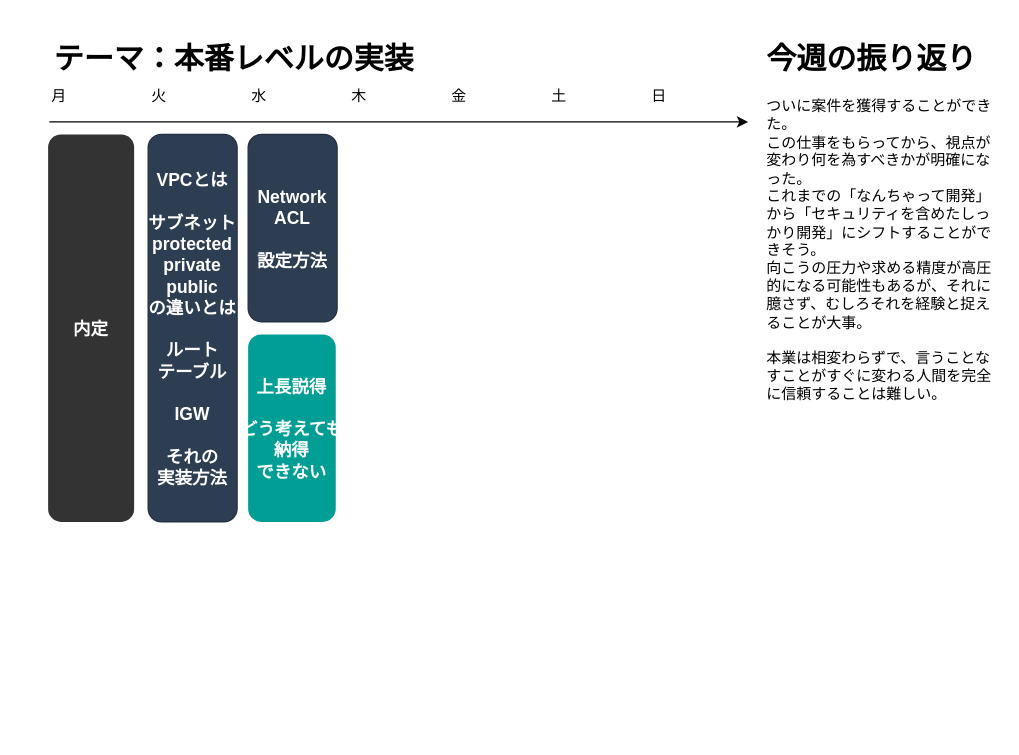
Before: page "20240729" (3 of 3) of life/life_202408.drawio in minegishirei/draw_v1, a draw.io diagram. Source tidied: cells renumbered, new cells numbered last; positions are measured from the earlier drawing's top-left corner, leaving out a move shared by most shapes. Both pictures are drawn from the tidied source at 125%, with x=0, y=0 at pixel (21, 34).
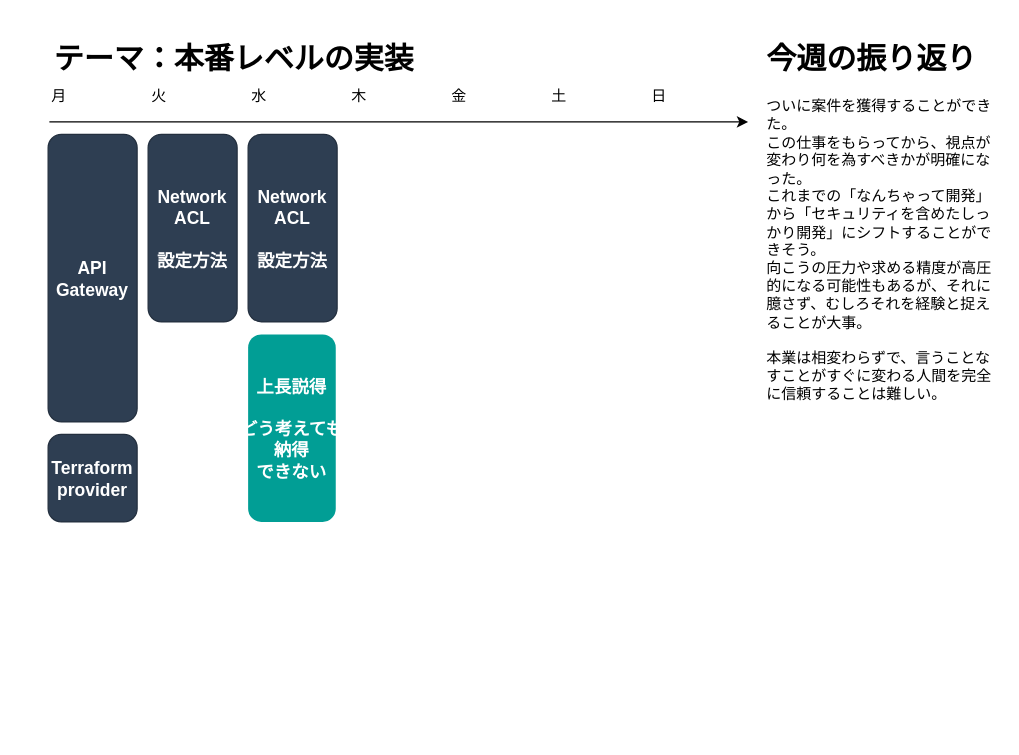
Above is the later version.

Commit message:
life_202408.drawio を更新します

Diff of the diagram source:
```diff
@@
 <mxGraphModel>
   <root>
     <mxCell id="0" />
     <mxCell id="1" parent="0" />
     <mxCell id="2" value="火" style="text;html=1;strokeColor=none;fillColor=none;align=center;verticalAlign=middle;whiteSpace=wrap;rounded=0;shadow=0;" parent="1" vertex="1">
       <mxGeometry x="80" y="35" width="60" height="30" as="geometry" />
     </mxCell>
     <mxCell id="3" value="水" style="text;html=1;strokeColor=none;fillColor=none;align=center;verticalAlign=middle;whiteSpace=wrap;rounded=0;shadow=0;" parent="1" vertex="1">
       <mxGeometry x="160" y="35" width="60" height="30" as="geometry" />
     </mxCell>
     <mxCell id="4" value="木" style="text;html=1;strokeColor=none;fillColor=none;align=center;verticalAlign=middle;whiteSpace=wrap;rounded=0;shadow=0;" parent="1" vertex="1">
       <mxGeometry x="240" y="35" width="60" height="30" as="geometry" />
     </mxCell>
     <mxCell id="5" value="金" style="text;html=1;strokeColor=none;fillColor=none;align=center;verticalAlign=middle;whiteSpace=wrap;rounded=0;shadow=0;" parent="1" vertex="1">
       <mxGeometry x="320" y="35" width="60" height="30" as="geometry" />
     </mxCell>
     <mxCell id="6" value="土" style="text;html=1;strokeColor=none;fillColor=none;align=center;verticalAlign=middle;whiteSpace=wrap;rounded=0;shadow=0;" parent="1" vertex="1">
       <mxGeometry x="400" y="35" width="60" height="30" as="geometry" />
     </mxCell>
     <mxCell id="7" value="日" style="text;html=1;strokeColor=none;fillColor=none;align=center;verticalAlign=middle;whiteSpace=wrap;rounded=0;shadow=0;" parent="1" vertex="1">
       <mxGeometry x="480" y="35" width="60" height="30" as="geometry" />
     </mxCell>
     <mxCell id="8" value="月" style="text;html=1;strokeColor=none;fillColor=none;align=center;verticalAlign=middle;whiteSpace=wrap;rounded=0;shadow=0;" parent="1" vertex="1">
       <mxGeometry y="35" width="60" height="30" as="geometry" />
     </mxCell>
     <mxCell id="9" value="&lt;h1&gt;テーマ：本番レベルの実装&lt;/h1&gt;" style="text;html=1;strokeColor=none;fillColor=none;spacing=5;spacingTop=-20;whiteSpace=wrap;overflow=hidden;rounded=0;shadow=0;" parent="1" vertex="1">
       <mxGeometry x="21" width="480" height="40" as="geometry" />
     </mxCell>
     <mxCell id="10" style="endArrow=classic;html=1;rounded=0;shadow=0;" parent="1" edge="1">
       <mxGeometry relative="1" as="geometry">
         <mxPoint x="22" y="70" as="sourcePoint" />
         <mxPoint x="581" y="70" as="targetPoint" />
       </mxGeometry>
     </mxCell>
     <mxCell id="11" value="&lt;h1&gt;&lt;/h1&gt;&lt;h1 style=&quot;border-color: var(--border-color);&quot;&gt;今週の振り返り&lt;/h1&gt;&lt;div&gt;ついに案件を獲得することができた。&lt;/div&gt;&lt;div&gt;この仕事をもらってから、視点が変わり何を為すべきかが明確になった。&lt;/div&gt;&lt;div&gt;これまでの「なんちゃって開発」から「セキュリティを含めたしっかり開発」にシフトすることができそう。&lt;/div&gt;&lt;div&gt;向こうの圧力や求める精度が高圧的になる可能性もあるが、それに臆さず、むしろそれを経験と捉えることが大事。&lt;/div&gt;&lt;div&gt;&lt;br&gt;&lt;/div&gt;&lt;div&gt;本業は相変わらずで、言うことなすことがすぐに変わる人間を完全に信頼することは難しい。&lt;/div&gt;&lt;div&gt;&lt;br&gt;&lt;/div&gt;&lt;div&gt;&lt;br&gt;&lt;/div&gt;&lt;div&gt;&lt;br&gt;&lt;/div&gt;" style="text;html=1;strokeColor=none;fillColor=none;spacing=5;spacingTop=-20;whiteSpace=wrap;overflow=hidden;rounded=0;shadow=0;" parent="1" vertex="1">
       <mxGeometry x="591" width="190" height="560" as="geometry" />
     </mxCell>
-    <mxCell id="12" value="内定" style="rounded=1;fillColor=#333333;strokeColor=none;shadow=0;gradientColor=none;fontStyle=1;fontColor=#FFFFFF;fontSize=14;" parent="1" vertex="1">
-      <mxGeometry x="21" y="80" width="68.8" height="310" as="geometry" />
-    </mxCell>
-    <mxCell id="13" value="VPCとは&#10;&#10;サブネット&#10;protected&#10;private&#10;public&#10;の違いとは&#10;&#10;ルート&#10;テーブル&#10;&#10;IGW&#10;&#10;それの&#10;実装方法" style="rounded=1;fillColor=#2E3E52;strokeColor=#232F3E;shadow=0;gradientColor=none;fontStyle=1;fontColor=#FFFFFF;fontSize=14;" parent="1" vertex="1">
-      <mxGeometry x="101" y="80" width="71.2" height="310" as="geometry" />
+    <mxCell id="13" value="API&#10;Gateway" style="rounded=1;fillColor=#2E3E52;strokeColor=#232F3E;shadow=0;gradientColor=none;fontStyle=1;fontColor=#FFFFFF;fontSize=14;" parent="1" vertex="1">
+      <mxGeometry x="21" y="80" width="71.2" height="230" as="geometry" />
     </mxCell>
     <mxCell id="14" value="Network&#10;ACL&#10;&#10;設定方法" style="rounded=1;fillColor=#2E3E52;strokeColor=#232F3E;shadow=0;gradientColor=none;fontStyle=1;fontColor=#FFFFFF;fontSize=14;" parent="1" vertex="1">
       <mxGeometry x="181" y="80" width="71.2" height="150" as="geometry" />
     </mxCell>
     <mxCell id="15" value="上長説得&#10;&#10;どう考えても&#10;納得&#10;できない" style="rounded=1;fillColor=#019E95;strokeColor=none;shadow=0;gradientColor=none;fontStyle=1;fontColor=#FFFFFF;fontSize=14;" parent="1" vertex="1">
       <mxGeometry x="181" y="240" width="70.1" height="150" as="geometry" />
     </mxCell>
+    <mxCell id="16" value="Network&#10;ACL&#10;&#10;設定方法" style="rounded=1;fillColor=#2E3E52;strokeColor=#232F3E;shadow=0;gradientColor=none;fontStyle=1;fontColor=#FFFFFF;fontSize=14;" parent="1" vertex="1">
+      <mxGeometry x="101" y="80" width="71.2" height="150" as="geometry" />
+    </mxCell>
+    <mxCell id="17" value="Terraform&#10;provider" style="rounded=1;fillColor=#2E3E52;strokeColor=#232F3E;shadow=0;gradientColor=none;fontStyle=1;fontColor=#FFFFFF;fontSize=14;" parent="1" vertex="1">
+      <mxGeometry x="21" y="320" width="71.2" height="70" as="geometry" />
+    </mxCell>
   </root>
 </mxGraphModel>
```
